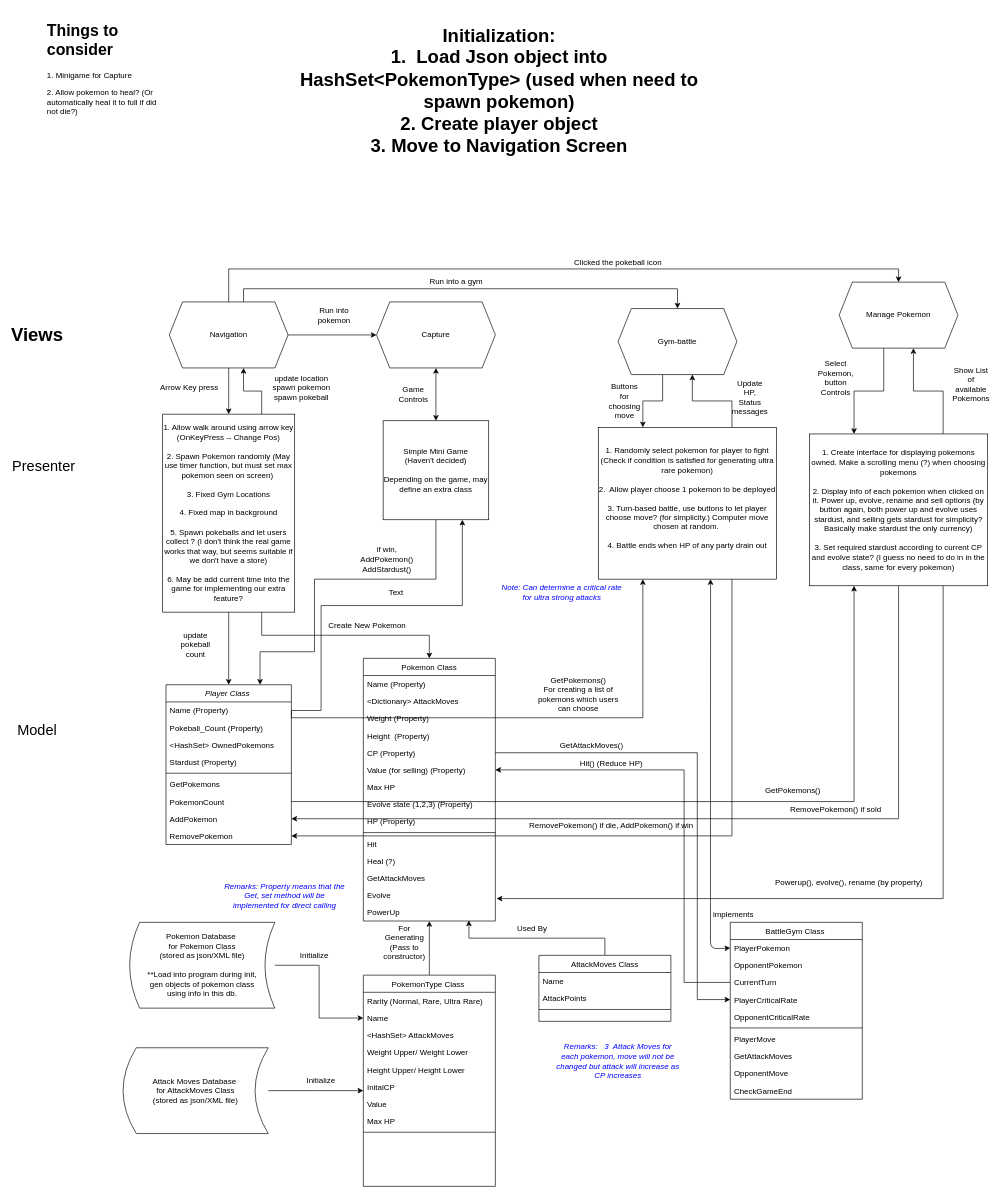
Before: Untitled Diagram.drawio in tpmmthomas/ierg3080-pokemon-go, a draw.io diagram. Source tidied: cells renumbered, new cells numbered last; positions are measured from the earlier drawing's top-left corner, leaving out a move shared by most shapes. Both pictures are drawn from the tidied source at 66%, with x=0, y=0 at pixel (24, 18).
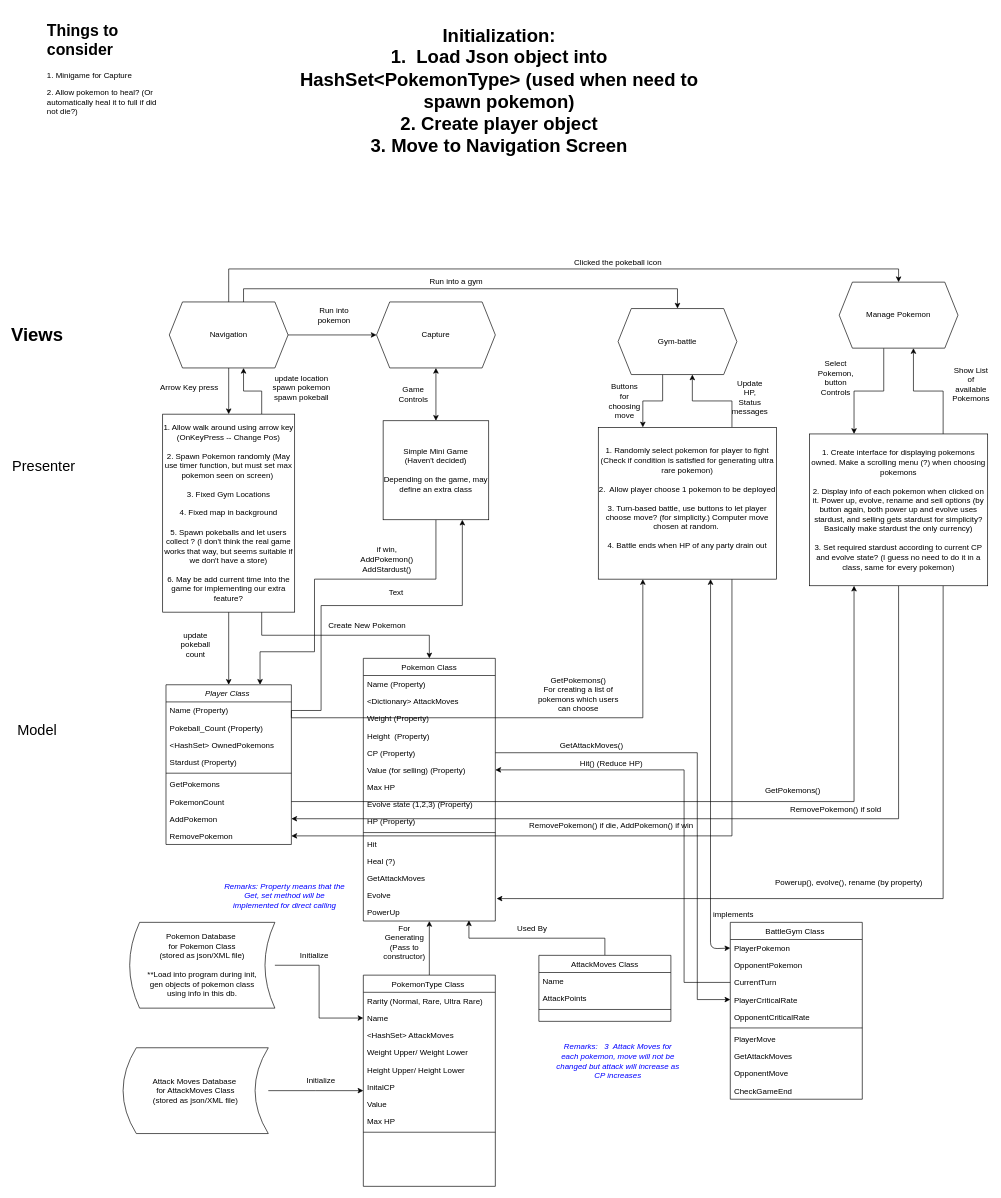
The same diagram, later.

What changed in the source:
```diff
@@
-    <mxCell id="59" value="1. Create interface for displaying pokemons owned. Make a scrolling menu (?) when choosing pokemons&lt;br&gt;&lt;br&gt;2. Display info of each pokemon when clicked on it. Power up, evolve, rename and sell options (by button again, both power up and evolve uses stardust, and selling gets stardust for simplicity? Basically make stardust the only currency)&lt;br&gt;&lt;br&gt;3. Set required stardust according to current CP and evolve state? (I guess no need to do in in the class, same for every pokemon)" style="rounded=0;whiteSpace=wrap;html=1;" parent="1" vertex="1">
+    <mxCell id="59" value="1. Create interface for displaying pokemons owned. Make a scrolling menu (?) when choosing pokemons&lt;br&gt;&lt;br&gt;2. Display info of each pokemon when clicked on it. Power up, evolve, rename and sell options (by button again, both power up and evolve uses stardust, and selling gets stardust for simplicity? Basically make stardust the only currency)&lt;br&gt;&lt;br&gt;3. Set required stardust according to current CP and evolve state? (I guess no need to do it in a class, same for every pokemon)" style="rounded=0;whiteSpace=wrap;html=1;" parent="1" vertex="1">
       <mxGeometry x="1190" y="630" width="270" height="230" as="geometry" />
     </mxCell>
@@
-    <mxCell id="102" value="Note: Can determine a critical rate for ultra strong attacks" style="text;html=1;strokeColor=none;fillColor=none;align=center;verticalAlign=middle;whiteSpace=wrap;rounded=0;fontStyle=2;fontColor=#0000FF;" parent="1" vertex="1">
-      <mxGeometry x="720" y="860" width="190" height="20" as="geometry" />
-    </mxCell>
```
